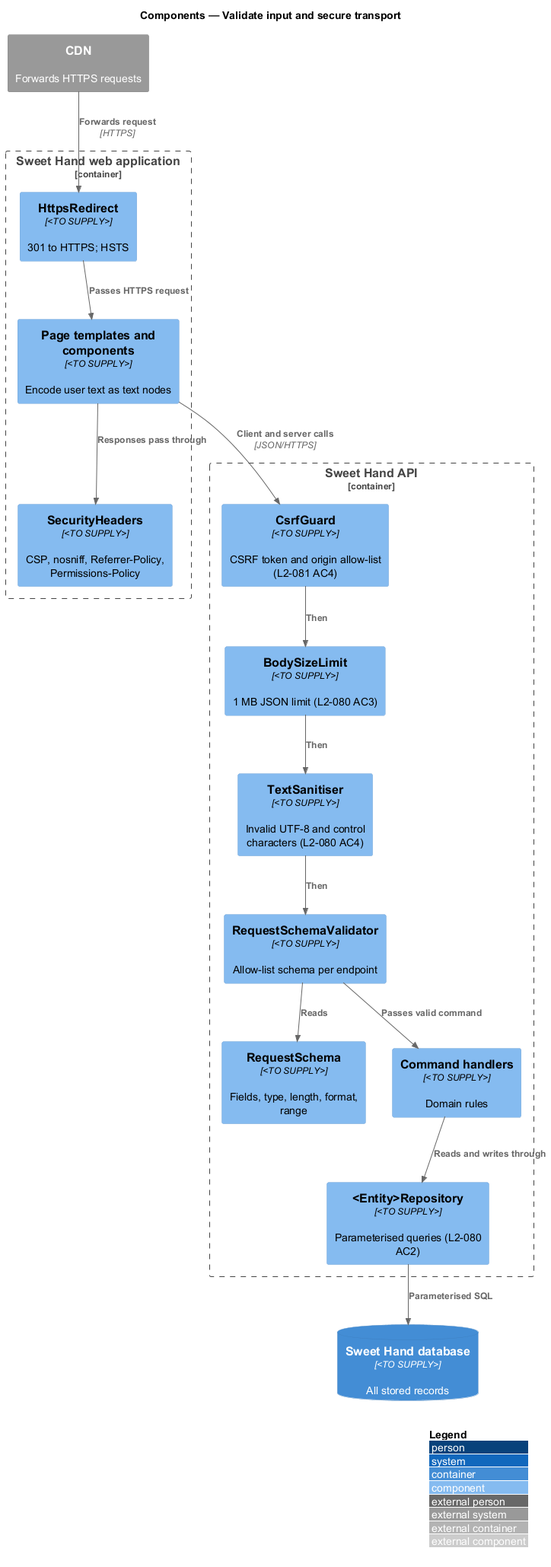
Before: docs/detailed-designs/identity-and-security/validate-input-and-secure-transport/diagrams/c4-component.png, a diagram exported from PlantUML (QuinntyneBrown/sweet-hand). Source of this version:
```plantuml
@startuml
!include <C4/C4_Component>
LAYOUT_WITH_LEGEND()
title Components — Validate input and secure transport

System_Ext(cdn, "CDN", "Forwards HTTPS requests")
Container_Boundary(web, "Sweet Hand web application") {
  Component(webredirect, "HttpsRedirect", "<TO SUPPLY>", "301 to HTTPS; HSTS")
  Component(headers, "SecurityHeaders", "<TO SUPPLY>", "CSP, nosniff, Referrer-Policy, Permissions-Policy")
  Component(templates, "Page templates and components", "<TO SUPPLY>", "Encode user text as text nodes")
}
Container_Boundary(api, "Sweet Hand API") {
  Component(csrf, "CsrfGuard", "<TO SUPPLY>", "CSRF token and origin allow-list (L2-081 AC4)")
  Component(size, "BodySizeLimit", "<TO SUPPLY>", "1 MB JSON limit (L2-080 AC3)")
  Component(sanitiser, "TextSanitiser", "<TO SUPPLY>", "Invalid UTF-8 and control characters (L2-080 AC4)")
  Component(validator, "RequestSchemaValidator", "<TO SUPPLY>", "Allow-list schema per endpoint")
  Component(schemas, "RequestSchema", "<TO SUPPLY>", "Fields, type, length, format, range")
  Component(handler, "Command handlers", "<TO SUPPLY>", "Domain rules")
  Component(repo, "<Entity>Repository", "<TO SUPPLY>", "Parameterised queries (L2-080 AC2)")
}
ContainerDb(db, "Sweet Hand database", "<TO SUPPLY>", "All stored records")

Rel(cdn, webredirect, "Forwards request", "HTTPS")
Rel(webredirect, templates, "Passes HTTPS request")
Rel(templates, headers, "Responses pass through")
Rel(templates, csrf, "Client and server calls", "JSON/HTTPS")
Rel(csrf, size, "Then")
Rel(size, sanitiser, "Then")
Rel(sanitiser, validator, "Then")
Rel(validator, schemas, "Reads")
Rel(validator, handler, "Passes valid command")
Rel(handler, repo, "Reads and writes through")
Rel(repo, db, "Parameterised SQL")
@enduml
```
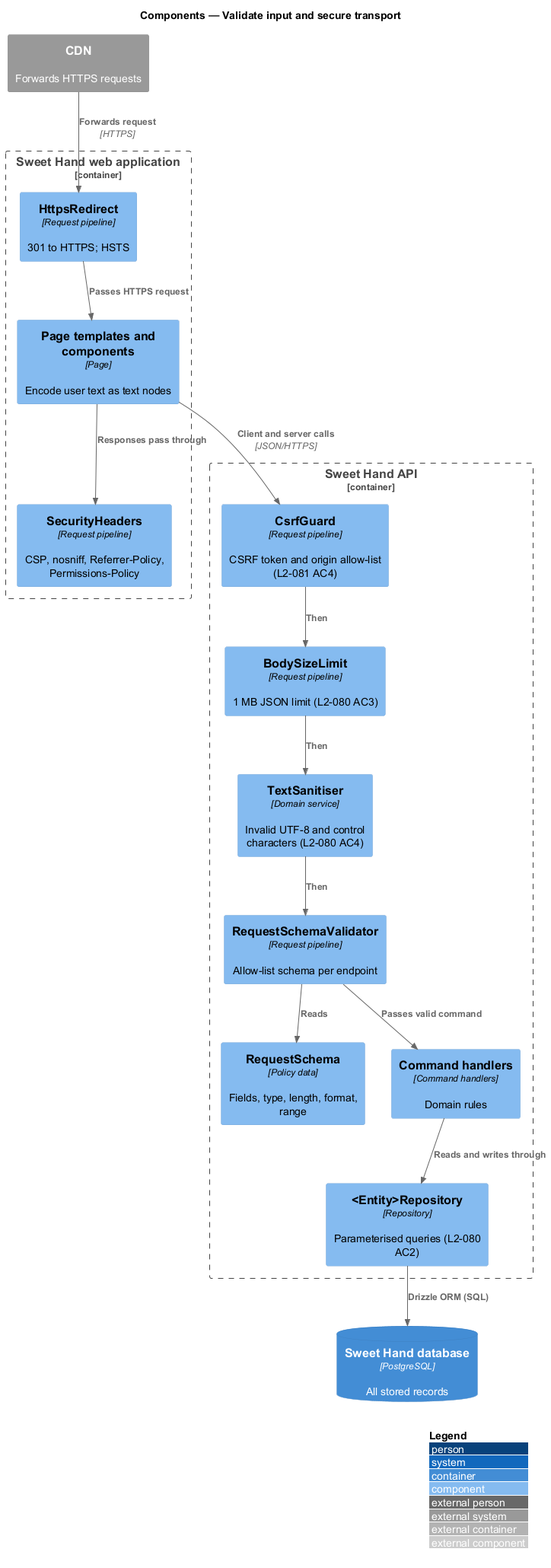
Later version of the same file.

The edit, as a diff of the source:
```diff
@@ -5,20 +5,20 @@
 
 System_Ext(cdn, "CDN", "Forwards HTTPS requests")
 Container_Boundary(web, "Sweet Hand web application") {
-  Component(webredirect, "HttpsRedirect", "<TO SUPPLY>", "301 to HTTPS; HSTS")
-  Component(headers, "SecurityHeaders", "<TO SUPPLY>", "CSP, nosniff, Referrer-Policy, Permissions-Policy")
-  Component(templates, "Page templates and components", "<TO SUPPLY>", "Encode user text as text nodes")
+  Component(webredirect, "HttpsRedirect", "Request pipeline", "301 to HTTPS; HSTS")
+  Component(headers, "SecurityHeaders", "Request pipeline", "CSP, nosniff, Referrer-Policy, Permissions-Policy")
+  Component(templates, "Page templates and components", "Page", "Encode user text as text nodes")
 }
 Container_Boundary(api, "Sweet Hand API") {
-  Component(csrf, "CsrfGuard", "<TO SUPPLY>", "CSRF token and origin allow-list (L2-081 AC4)")
-  Component(size, "BodySizeLimit", "<TO SUPPLY>", "1 MB JSON limit (L2-080 AC3)")
-  Component(sanitiser, "TextSanitiser", "<TO SUPPLY>", "Invalid UTF-8 and control characters (L2-080 AC4)")
-  Component(validator, "RequestSchemaValidator", "<TO SUPPLY>", "Allow-list schema per endpoint")
-  Component(schemas, "RequestSchema", "<TO SUPPLY>", "Fields, type, length, format, range")
-  Component(handler, "Command handlers", "<TO SUPPLY>", "Domain rules")
-  Component(repo, "<Entity>Repository", "<TO SUPPLY>", "Parameterised queries (L2-080 AC2)")
+  Component(csrf, "CsrfGuard", "Request pipeline", "CSRF token and origin allow-list (L2-081 AC4)")
+  Component(size, "BodySizeLimit", "Request pipeline", "1 MB JSON limit (L2-080 AC3)")
+  Component(sanitiser, "TextSanitiser", "Domain service", "Invalid UTF-8 and control characters (L2-080 AC4)")
+  Component(validator, "RequestSchemaValidator", "Request pipeline", "Allow-list schema per endpoint")
+  Component(schemas, "RequestSchema", "Policy data", "Fields, type, length, format, range")
+  Component(handler, "Command handlers", "Command handlers", "Domain rules")
+  Component(repo, "<Entity>Repository", "Repository", "Parameterised queries (L2-080 AC2)")
 }
-ContainerDb(db, "Sweet Hand database", "<TO SUPPLY>", "All stored records")
+ContainerDb(db, "Sweet Hand database", "PostgreSQL", "All stored records")
 
 Rel(cdn, webredirect, "Forwards request", "HTTPS")
 Rel(webredirect, templates, "Passes HTTPS request")
@@ -30,5 +30,5 @@
 Rel(validator, schemas, "Reads")
 Rel(validator, handler, "Passes valid command")
 Rel(handler, repo, "Reads and writes through")
-Rel(repo, db, "Parameterised SQL")
+Rel(repo, db, "Drizzle ORM (SQL)")
 @enduml
```
